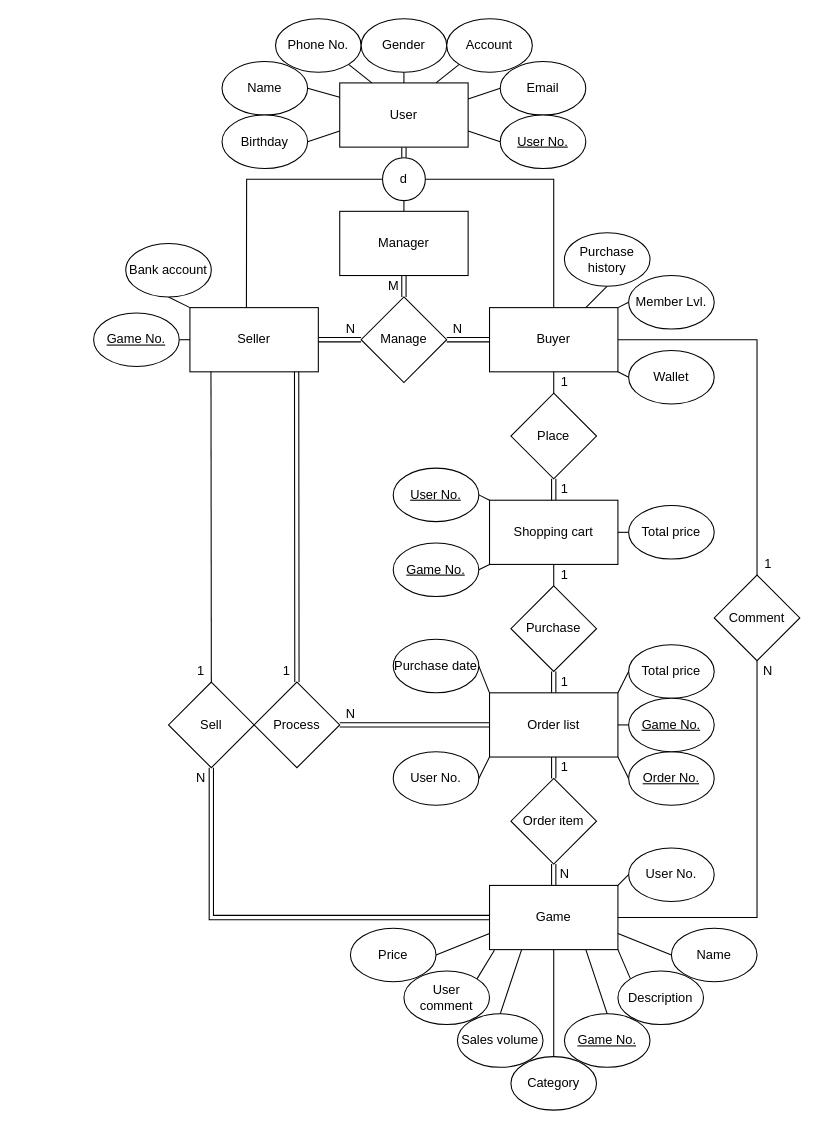
Earlier version of the draw.io diagram page "ER Diagram" (2 of 3) of DBMS.drawio (13urgerKing/109-1DBMS). Source tidied: cells renumbered, new cells numbered last; positions are measured from the earlier drawing's top-left corner, leaving out a move shared by most shapes. Both pictures are drawn from the tidied source at 107%, with x=0, y=0 at pixel (93, 18).
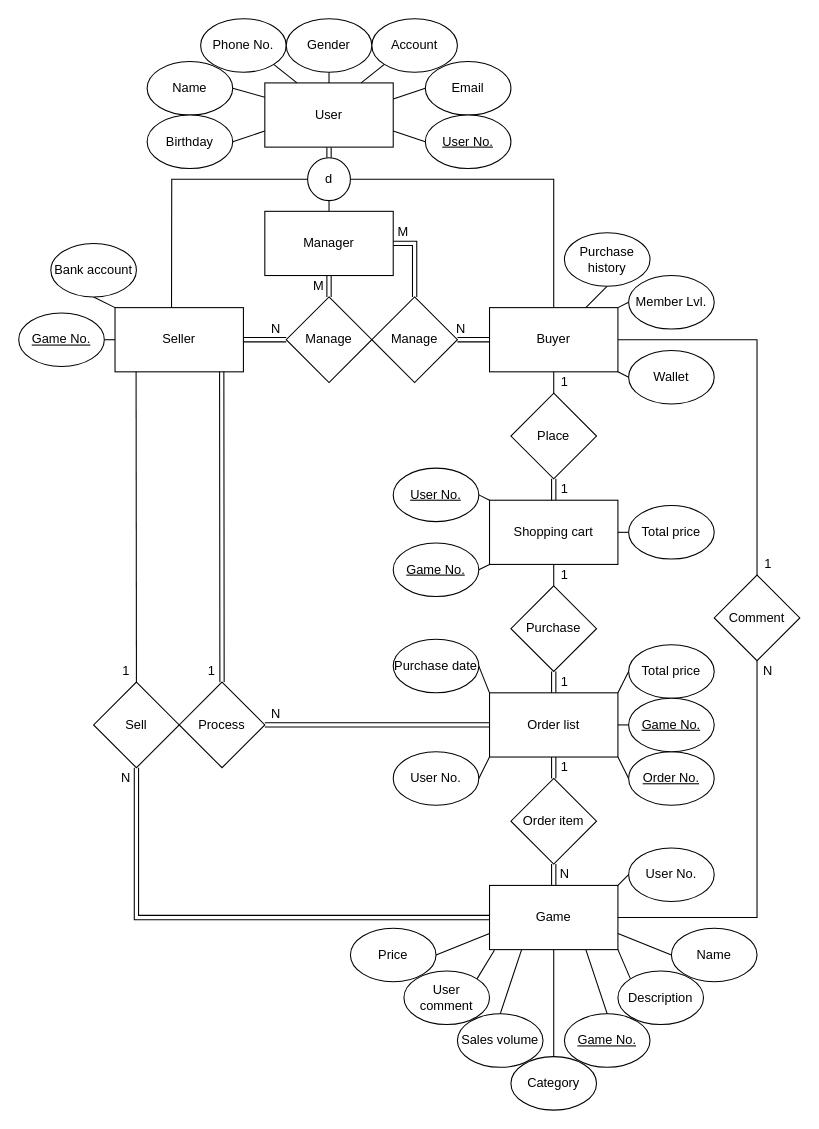
The same diagram, later.

The change refers to these unchanged cells:
```xml
<mxCell id="13" value="Buyer" style="rounded=0;whiteSpace=wrap;html=1;" parent="1" vertex="1">
  <mxGeometry x="370" y="270" width="120" height="60" as="geometry" />
</mxCell>
<mxCell id="40" value="Game" style="rounded=0;whiteSpace=wrap;html=1;" parent="1" vertex="1">
  <mxGeometry x="370" y="810" width="120" height="60" as="geometry" />
</mxCell>
<mxCell id="73" value="Sales volume" style="ellipse;whiteSpace=wrap;html=1;" parent="1" vertex="1">
  <mxGeometry x="340" y="930" width="80" height="50" as="geometry" />
</mxCell>
```

What changed in the source:
```diff
@@
     <mxCell id="3" value="User" style="rounded=0;whiteSpace=wrap;html=1;" parent="1" vertex="1">
-      <mxGeometry x="230" y="60" width="120" height="60" as="geometry" />
+      <mxGeometry x="160" y="60" width="120" height="60" as="geometry" />
     </mxCell>
@@
     <mxCell id="6" style="edgeStyle=none;rounded=0;jettySize=auto;html=1;exitX=0;exitY=0.5;exitDx=0;exitDy=0;entryX=0.44;entryY=0.009;entryDx=0;entryDy=0;entryPerimeter=0;startArrow=none;startFill=0;endArrow=none;endFill=0;" parent="1" edge="1" source="7" target="10">
       <mxGeometry relative="1" as="geometry">
         <Array as="points">
-          <mxPoint x="143" y="150" />
+          <mxPoint x="73" y="150" />
         </Array>
       </mxGeometry>
     </mxCell>
     <mxCell id="7" value="d" style="ellipse;whiteSpace=wrap;html=1;" parent="1" vertex="1">
-      <mxGeometry x="270" y="130" width="40" height="40" as="geometry" />
+      <mxGeometry x="200" y="130" width="40" height="40" as="geometry" />
     </mxCell>
@@
+    <mxCell id="107" style="edgeStyle=orthogonalEdgeStyle;rounded=0;jettySize=auto;html=1;exitX=1;exitY=0.5;exitDx=0;exitDy=0;endArrow=none;endFill=0;strokeWidth=1;shape=link;" parent="1" edge="1" source="9" target="109">
+      <mxGeometry relative="1" as="geometry" />
+    </mxCell>
     <mxCell id="9" value="Manager" style="rounded=0;whiteSpace=wrap;html=1;" parent="1" vertex="1">
-      <mxGeometry x="230" y="180" width="120" height="60" as="geometry" />
+      <mxGeometry x="160" y="180" width="120" height="60" as="geometry" />
     </mxCell>
     <mxCell id="10" value="Seller" style="rounded=0;whiteSpace=wrap;html=1;" parent="1" vertex="1">
-      <mxGeometry x="90" y="270" width="120" height="60" as="geometry" />
+      <mxGeometry x="20" y="270" width="120" height="60" as="geometry" />
     </mxCell>
@@
     <mxCell id="15" value="Name" style="ellipse;whiteSpace=wrap;html=1;" parent="1" vertex="1">
-      <mxGeometry x="120" y="40" width="80" height="50" as="geometry" />
+      <mxGeometry x="50" y="40" width="80" height="50" as="geometry" />
     </mxCell>
@@
     <mxCell id="17" value="Email" style="ellipse;whiteSpace=wrap;html=1;" parent="1" vertex="1">
-      <mxGeometry x="380" y="40" width="80" height="50" as="geometry" />
+      <mxGeometry x="310" y="40" width="80" height="50" as="geometry" />
     </mxCell>
@@
     <mxCell id="19" value="User No." style="ellipse;whiteSpace=wrap;html=1;fontStyle=4;" parent="1" vertex="1">
-      <mxGeometry x="380" y="90" width="80" height="50" as="geometry" />
+      <mxGeometry x="310" y="90" width="80" height="50" as="geometry" />
     </mxCell>
@@
     <mxCell id="21" value="Birthday" style="ellipse;whiteSpace=wrap;html=1;" parent="1" vertex="1">
-      <mxGeometry x="120" y="90" width="80" height="50" as="geometry" />
+      <mxGeometry x="50" y="90" width="80" height="50" as="geometry" />
     </mxCell>
@@
     <mxCell id="23" value="Phone No." style="ellipse;whiteSpace=wrap;html=1;" parent="1" vertex="1">
-      <mxGeometry x="170" width="80" height="50" as="geometry" />
+      <mxGeometry x="100" width="80" height="50" as="geometry" />
     </mxCell>
@@
     <mxCell id="25" value="Gender" style="ellipse;whiteSpace=wrap;html=1;" parent="1" vertex="1">
-      <mxGeometry x="250" width="80" height="50" as="geometry" />
+      <mxGeometry x="180" width="80" height="50" as="geometry" />
     </mxCell>
@@
     <mxCell id="27" value="Account" style="ellipse;whiteSpace=wrap;html=1;" parent="1" vertex="1">
-      <mxGeometry x="330" width="80" height="50" as="geometry" />
+      <mxGeometry x="260" width="80" height="50" as="geometry" />
     </mxCell>
@@
     <mxCell id="70" style="edgeStyle=none;rounded=0;jettySize=auto;html=1;exitX=0.5;exitY=1;exitDx=0;exitDy=0;entryX=0;entryY=0.5;entryDx=0;entryDy=0;startArrow=none;startFill=0;endArrow=none;endFill=0;shape=link;" parent="1" edge="1" source="71" target="40">
       <mxGeometry relative="1" as="geometry">
         <Array as="points">
-          <mxPoint x="110" y="840" />
+          <mxPoint x="40" y="840" />
         </Array>
       </mxGeometry>
     </mxCell>
     <mxCell id="71" value="Sell" style="rhombus;whiteSpace=wrap;html=1;" parent="1" vertex="1">
-      <mxGeometry x="70" y="620" width="80" height="80" as="geometry" />
+      <mxGeometry y="620" width="80" height="80" as="geometry" />
     </mxCell>
-    <mxCell id="72" style="edgeStyle=none;rounded=0;jettySize=auto;html=1;exitX=0.5;exitY=0;exitDx=0;exitDy=0;entryX=0.25;entryY=1;entryDx=0;entryDy=0;startArrow=none;startFill=0;endArrow=none;endFill=0;" parent="1" edge="1" source="73" target="40">
-      <mxGeometry relative="1" as="geometry" />
+    <mxCell id="72" style="edgeStyle=none;rounded=0;jettySize=auto;html=1;exitX=0.5;exitY=0;exitDx=0;exitDy=0;entryX=0.25;entryY=1;entryDx=0;entryDy=0;startArrow=none;startFill=0;endArrow=none;endFill=0;" parent="1" edge="1" target="40">
+      <mxGeometry relative="1" as="geometry">
+        <mxPoint x="380" y="930" as="sourcePoint" />
+      </mxGeometry>
     </mxCell>
@@
-    <mxCell id="75" style="edgeStyle=none;rounded=0;jettySize=auto;html=1;exitX=1;exitY=0.5;exitDx=0;exitDy=0;startArrow=none;startFill=0;endArrow=none;endFill=0;shape=link;" parent="1" edge="1" source="76" target="13">
-      <mxGeometry relative="1" as="geometry" />
-    </mxCell>
     <mxCell id="76" value="Manage" style="rhombus;whiteSpace=wrap;html=1;" parent="1" vertex="1">
-      <mxGeometry x="250" y="260" width="80" height="80" as="geometry" />
+      <mxGeometry x="180" y="260" width="80" height="80" as="geometry" />
     </mxCell>
@@
     <mxCell id="81" value="Process" style="rhombus;whiteSpace=wrap;html=1;" parent="1" vertex="1">
-      <mxGeometry x="150" y="620" width="80" height="80" as="geometry" />
+      <mxGeometry x="80" y="620" width="80" height="80" as="geometry" />
     </mxCell>
@@
     <mxCell id="86" value="M" style="text;html=1;align=center;verticalAlign=middle;" parent="1" vertex="1">
-      <mxGeometry x="265" y="240" width="30" height="20" as="geometry" />
+      <mxGeometry x="195" y="240" width="30" height="20" as="geometry" />
     </mxCell>
-    <mxCell id="87" value="N" style="text;html=1;align=center;verticalAlign=middle;" parent="1" vertex="1">
-      <mxGeometry x="330" y="280" width="20" height="20" as="geometry" />
-    </mxCell>
     <mxCell id="88" value="N" style="text;html=1;align=center;verticalAlign=middle;" parent="1" vertex="1">
-      <mxGeometry x="230" y="280" width="20" height="20" as="geometry" />
+      <mxGeometry x="160" y="280" width="20" height="20" as="geometry" />
     </mxCell>
     <mxCell id="89" value="1" style="text;html=1;align=center;verticalAlign=middle;" parent="1" vertex="1">
-      <mxGeometry x="90" y="600" width="20" height="20" as="geometry" />
+      <mxGeometry x="20" y="600" width="20" height="20" as="geometry" />
     </mxCell>
     <mxCell id="90" value="N" style="text;html=1;align=center;verticalAlign=middle;" parent="1" vertex="1">
-      <mxGeometry x="90" y="700" width="20" height="20" as="geometry" />
+      <mxGeometry x="20" y="700" width="20" height="20" as="geometry" />
     </mxCell>
     <mxCell id="91" value="1" style="text;html=1;align=center;verticalAlign=middle;" parent="1" vertex="1">
-      <mxGeometry x="170" y="600" width="20" height="20" as="geometry" />
+      <mxGeometry x="100" y="600" width="20" height="20" as="geometry" />
     </mxCell>
     <mxCell id="92" value="N" style="text;html=1;align=center;verticalAlign=middle;" parent="1" vertex="1">
-      <mxGeometry x="230" y="640" width="20" height="20" as="geometry" />
+      <mxGeometry x="160" y="640" width="20" height="20" as="geometry" />
     </mxCell>
@@
     <mxCell id="102" value="Bank account" style="ellipse;whiteSpace=wrap;html=1;" parent="1" vertex="1">
-      <mxGeometry x="30" y="210" width="80" height="50" as="geometry" />
+      <mxGeometry x="-40" y="210" width="80" height="50" as="geometry" />
     </mxCell>
@@
     <mxCell id="106" value="Game No." style="ellipse;whiteSpace=wrap;html=1;fontStyle=4;" parent="1" vertex="1">
-      <mxGeometry y="275" width="80" height="50" as="geometry" />
+      <mxGeometry x="-70" y="275" width="80" height="50" as="geometry" />
     </mxCell>
+    <mxCell id="108" style="edgeStyle=orthogonalEdgeStyle;rounded=0;jettySize=auto;html=1;exitX=1;exitY=0.5;exitDx=0;exitDy=0;entryX=0;entryY=0.5;entryDx=0;entryDy=0;endArrow=none;endFill=0;strokeWidth=1;shape=link;" parent="1" edge="1" source="109" target="13">
+      <mxGeometry relative="1" as="geometry" />
+    </mxCell>
+    <mxCell id="109" value="Manage" style="rhombus;whiteSpace=wrap;html=1;" parent="1" vertex="1">
+      <mxGeometry x="260" y="260" width="80" height="80" as="geometry" />
+    </mxCell>
+    <mxCell id="110" value="M" style="text;html=1;align=center;verticalAlign=middle;" parent="1" vertex="1">
+      <mxGeometry x="274" y="190" width="30" height="20" as="geometry" />
+    </mxCell>
+    <mxCell id="87" value="N" style="text;html=1;align=center;verticalAlign=middle;" parent="1" vertex="1">
+      <mxGeometry x="333" y="280" width="20" height="20" as="geometry" />
+    </mxCell>
```
